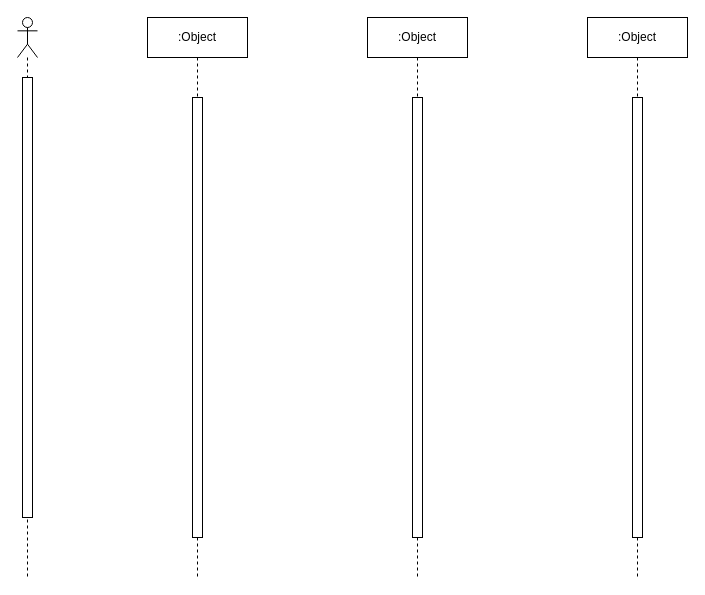
This is tic-tac-toe.drawio from Gryfin123/diagrams_with_no_context, a draw.io file, before an edit. Source tidied: cells renumbered, new cells numbered last; positions are measured from the earlier drawing's top-left corner, leaving out a move shared by most shapes. Both pictures are drawn from the tidied source at 100%, with x=0, y=0 at pixel (17, 17).
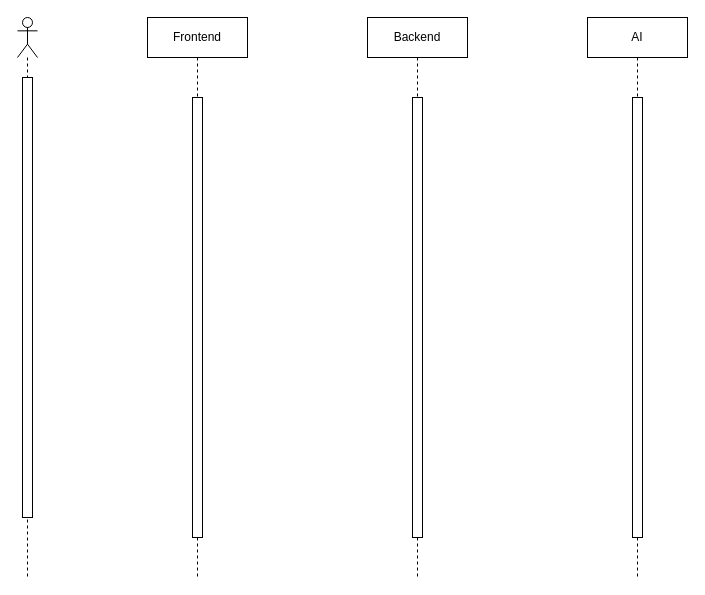
The same page after the edit.

The edit, as a diff of the source:
```diff
@@
 <mxGraphModel>
   <root>
     <mxCell id="0" />
     <mxCell id="1" parent="0" />
     <mxCell id="2" style="shape=umlLifeline;perimeter=lifelinePerimeter;whiteSpace=wrap;html=1;newEdgeStyle={&quot;edgeStyle&quot;:&quot;elbowEdgeStyle&quot;,&quot;elbow&quot;:&quot;vertical&quot;,&quot;curved&quot;:0,&quot;rounded&quot;:0};participant=umlActor;" parent="1" vertex="1">
       <mxGeometry width="20" height="560" as="geometry" />
     </mxCell>
-    <mxCell id="3" value=":Object" style="shape=umlLifeline;perimeter=lifelinePerimeter;whiteSpace=wrap;html=1;newEdgeStyle={&quot;edgeStyle&quot;:&quot;elbowEdgeStyle&quot;,&quot;elbow&quot;:&quot;vertical&quot;,&quot;curved&quot;:0,&quot;rounded&quot;:0};" parent="1" vertex="1">
+    <mxCell id="3" value="&lt;div&gt;Frontend&lt;/div&gt;" style="shape=umlLifeline;perimeter=lifelinePerimeter;whiteSpace=wrap;html=1;newEdgeStyle={&quot;edgeStyle&quot;:&quot;elbowEdgeStyle&quot;,&quot;elbow&quot;:&quot;vertical&quot;,&quot;curved&quot;:0,&quot;rounded&quot;:0};" parent="1" vertex="1">
       <mxGeometry x="130" width="100" height="560" as="geometry" />
     </mxCell>
-    <mxCell id="4" value=":Object" style="shape=umlLifeline;perimeter=lifelinePerimeter;whiteSpace=wrap;html=1;newEdgeStyle={&quot;edgeStyle&quot;:&quot;elbowEdgeStyle&quot;,&quot;elbow&quot;:&quot;vertical&quot;,&quot;curved&quot;:0,&quot;rounded&quot;:0};" parent="1" vertex="1">
+    <mxCell id="4" value="Backend" style="shape=umlLifeline;perimeter=lifelinePerimeter;whiteSpace=wrap;html=1;newEdgeStyle={&quot;edgeStyle&quot;:&quot;elbowEdgeStyle&quot;,&quot;elbow&quot;:&quot;vertical&quot;,&quot;curved&quot;:0,&quot;rounded&quot;:0};" parent="1" vertex="1">
       <mxGeometry x="350" width="100" height="560" as="geometry" />
     </mxCell>
-    <mxCell id="5" value=":Object" style="shape=umlLifeline;perimeter=lifelinePerimeter;whiteSpace=wrap;html=1;newEdgeStyle={&quot;edgeStyle&quot;:&quot;elbowEdgeStyle&quot;,&quot;elbow&quot;:&quot;vertical&quot;,&quot;curved&quot;:0,&quot;rounded&quot;:0};" parent="1" vertex="1">
+    <mxCell id="5" value="AI" style="shape=umlLifeline;perimeter=lifelinePerimeter;whiteSpace=wrap;html=1;newEdgeStyle={&quot;edgeStyle&quot;:&quot;elbowEdgeStyle&quot;,&quot;elbow&quot;:&quot;vertical&quot;,&quot;curved&quot;:0,&quot;rounded&quot;:0};" parent="1" vertex="1">
       <mxGeometry x="570" width="100" height="560" as="geometry" />
     </mxCell>
     <mxCell id="6" style="rounded=0;whiteSpace=wrap;html=1;" parent="1" vertex="1">
       <mxGeometry x="5" y="60" width="10" height="440" as="geometry" />
     </mxCell>
     <mxCell id="7" style="rounded=0;whiteSpace=wrap;html=1;" parent="1" vertex="1">
       <mxGeometry x="175" y="80" width="10" height="440" as="geometry" />
     </mxCell>
     <mxCell id="8" style="rounded=0;whiteSpace=wrap;html=1;" parent="1" vertex="1">
       <mxGeometry x="395" y="80" width="10" height="440" as="geometry" />
     </mxCell>
     <mxCell id="9" style="rounded=0;whiteSpace=wrap;html=1;" parent="1" vertex="1">
       <mxGeometry x="615" y="80" width="10" height="440" as="geometry" />
     </mxCell>
   </root>
 </mxGraphModel>
```
